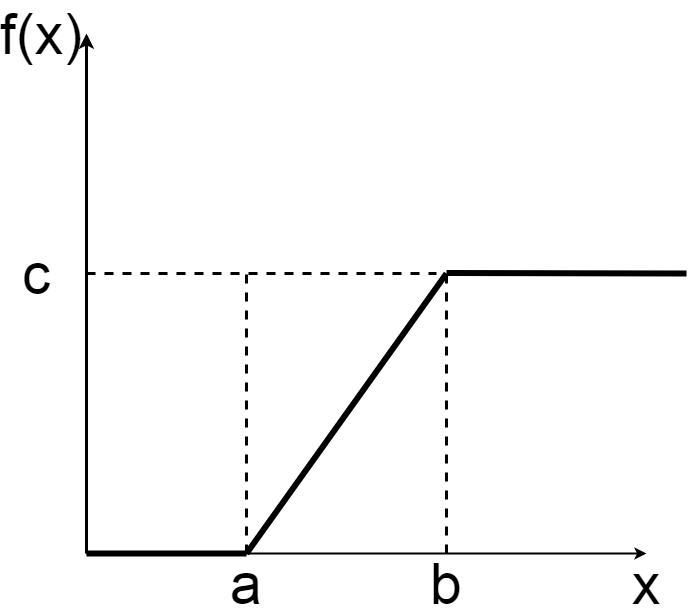
The draw.io diagram Gr2.png in ArseniyIFMO/TEX, before a commit. Source tidied: cells renumbered, new cells last; positions are measured from the earlier drawing's top-left corner, leaving out a move shared by most shapes.
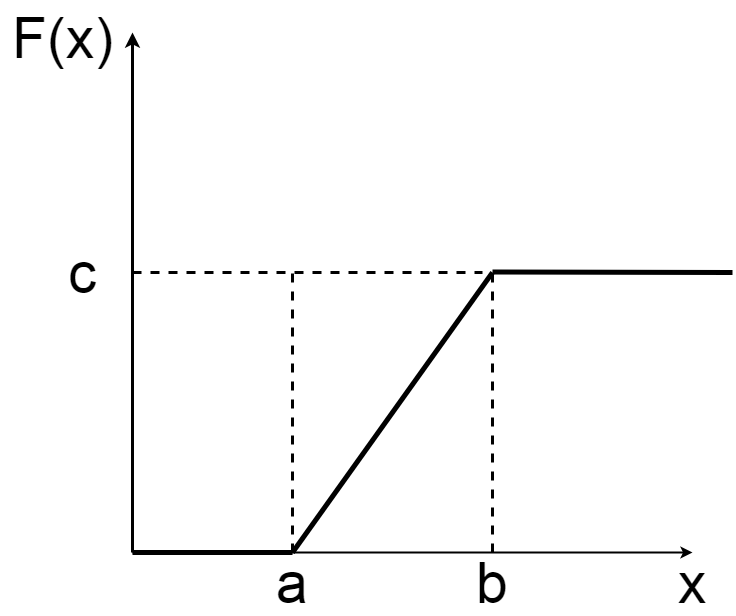
The same diagram one commit later.

The edit, as a diff of the source:
```diff
@@ -14,7 +14,7 @@
         <mxPoint x="620" y="530" as="targetPoint" />
       </mxGeometry>
     </mxCell>
-    <mxCell id="4" style="endArrow=none;html=1;fontSize=35;strokeWidth=6;" parent="1" edge="1">
+    <mxCell id="4" style="endArrow=none;html=1;fontSize=35;strokeWidth=5;" parent="1" edge="1">
       <mxGeometry relative="1" as="geometry">
         <mxPoint x="220" y="530" as="sourcePoint" />
         <mxPoint x="420" y="250" as="targetPoint" />
@@ -50,16 +50,16 @@
     <mxCell id="11" value="x" style="text;html=1;align=center;verticalAlign=middle;fillColor=none;strokeColor=none;rounded=0;fontSize=57;strokeWidth=5;" parent="1" vertex="1">
       <mxGeometry x="610" y="550" width="20" height="20" as="geometry" />
     </mxCell>
-    <mxCell id="12" value="f(x)" style="text;html=1;align=center;verticalAlign=middle;fillColor=none;strokeColor=none;rounded=0;fontSize=57;strokeWidth=5;" parent="1" vertex="1">
-      <mxGeometry width="30" height="20" as="geometry" />
+    <mxCell id="12" value="F(x)" style="text;html=1;align=center;verticalAlign=middle;fillColor=none;strokeColor=none;rounded=0;fontSize=57;strokeWidth=5;" parent="1" vertex="1">
+      <mxGeometry x="-70" y="-20" width="120" height="70" as="geometry" />
     </mxCell>
-    <mxCell id="13" style="endArrow=none;html=1;strokeWidth=6;endFill=0;" parent="1" edge="1">
+    <mxCell id="13" style="endArrow=none;html=1;strokeWidth=5;endFill=0;" parent="1" edge="1">
       <mxGeometry relative="1" as="geometry">
         <mxPoint x="60" y="530" as="sourcePoint" />
         <mxPoint x="220" y="530" as="targetPoint" />
       </mxGeometry>
     </mxCell>
-    <mxCell id="14" style="endArrow=none;html=1;strokeWidth=6;endFill=0;" parent="1" edge="1">
+    <mxCell id="14" style="endArrow=none;html=1;strokeWidth=5;endFill=0;" parent="1" edge="1">
       <mxGeometry relative="1" as="geometry">
         <mxPoint x="420" y="249.5" as="sourcePoint" />
         <mxPoint x="660" y="250" as="targetPoint" />
```
